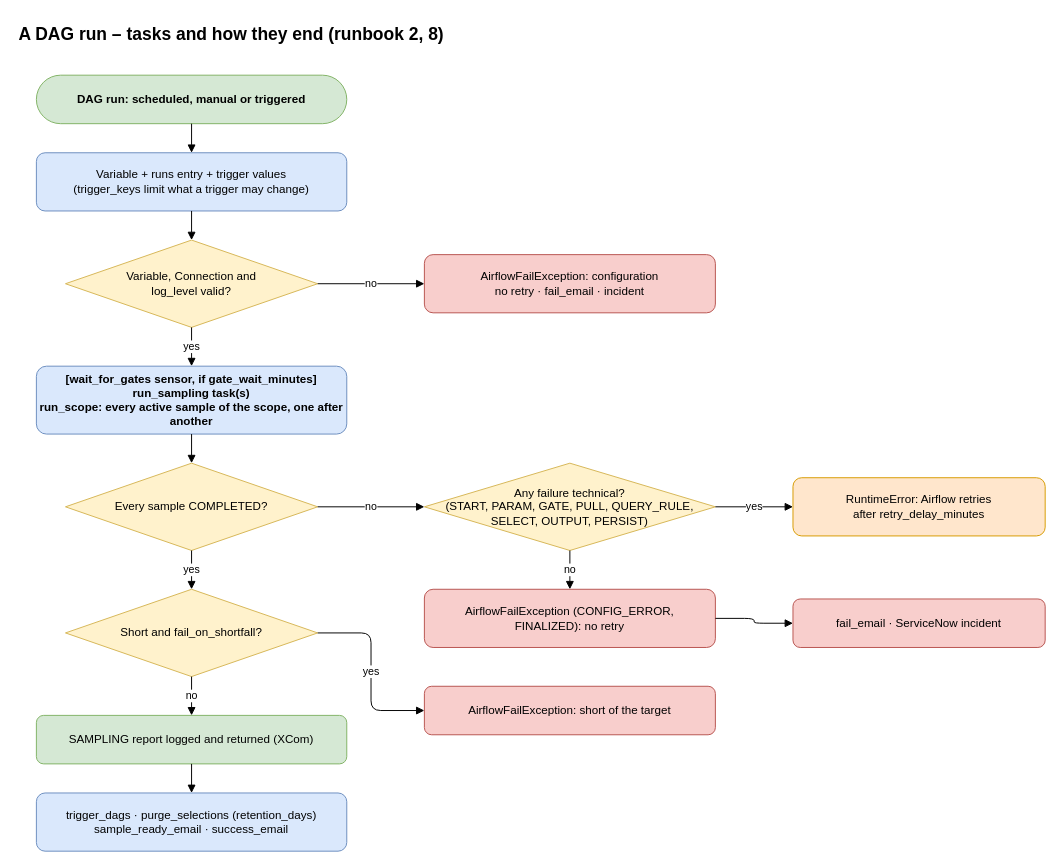
Earlier version of the draw.io diagram airflow_resources/docs/diagrams/pages/02_dag_run_and_result.drawio (trinathgundavaram/sampling). Source tidied: cells renumbered, new cells numbered last; positions are measured from the earlier drawing's top-left corner, leaving out a move shared by most shapes. Both pictures are drawn from the tidied source at 97%, with x=0, y=0 at pixel (16, 16).
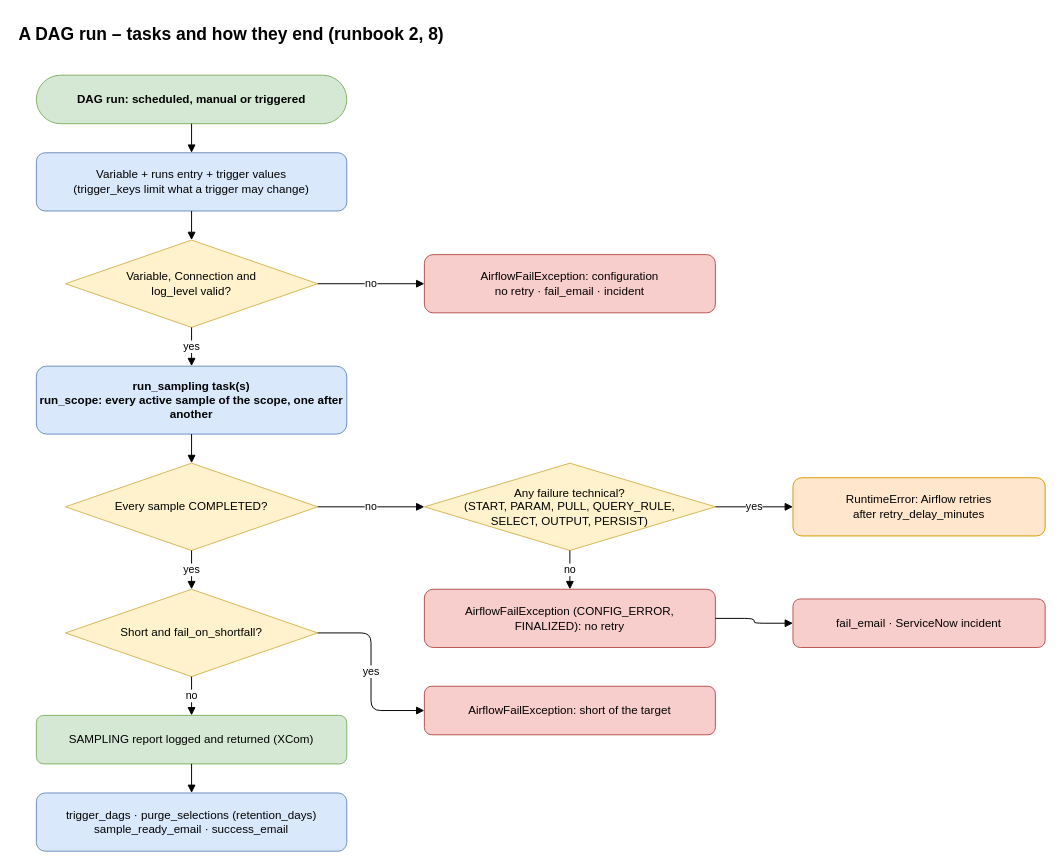
The same page after the edit.

What changed in the source:
```diff
@@
-    <mxCell id="7" value="[wait_for_gates sensor, if gate_wait_minutes]&lt;br&gt;run_sampling task(s)&lt;br&gt;run_scope: every active sample of the scope, one after another" style="rounded=1;whiteSpace=wrap;html=1;fillColor=#dae8fc;strokeColor=#6c8ebf;fontStyle=1;" parent="1" vertex="1">
+    <mxCell id="7" value="run_sampling task(s)&lt;br&gt;run_scope: every active sample of the scope, one after another" style="rounded=1;whiteSpace=wrap;html=1;fillColor=#dae8fc;strokeColor=#6c8ebf;fontStyle=1;" parent="1" vertex="1">
       <mxGeometry x="20" y="360" width="320" height="70" as="geometry" />
     </mxCell>
@@
-    <mxCell id="9" value="Any failure technical?&lt;br&gt;(START, PARAM, GATE, PULL, QUERY_RULE,&lt;br&gt;SELECT, OUTPUT, PERSIST)" style="rhombus;whiteSpace=wrap;html=1;fillColor=#fff2cc;strokeColor=#d6b656;" parent="1" vertex="1">
+    <mxCell id="9" value="Any failure technical?&lt;br&gt;(START, PARAM, PULL, QUERY_RULE,&lt;br&gt;SELECT, OUTPUT, PERSIST)" style="rhombus;whiteSpace=wrap;html=1;fillColor=#fff2cc;strokeColor=#d6b656;" parent="1" vertex="1">
       <mxGeometry x="420" y="460" width="300" height="90" as="geometry" />
     </mxCell>
```
